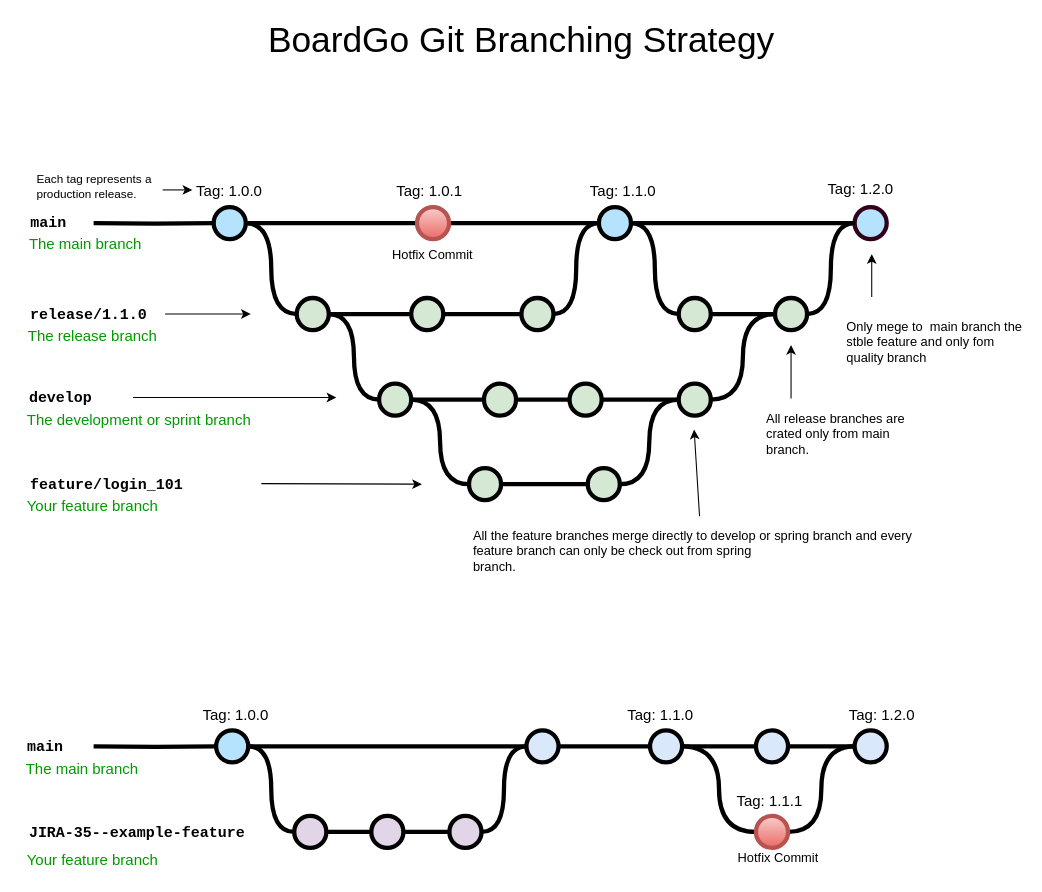
The draw.io diagram Untitled Diagram.drawio in diegoVasquez600/BoardGo, before the edit. Source tidied: cells renumbered, new cells numbered last; positions are measured from the earlier drawing's top-left corner, leaving out a move shared by most shapes. Both pictures are drawn from the tidied source at 107%, with x=0, y=0 at pixel (18, 18).
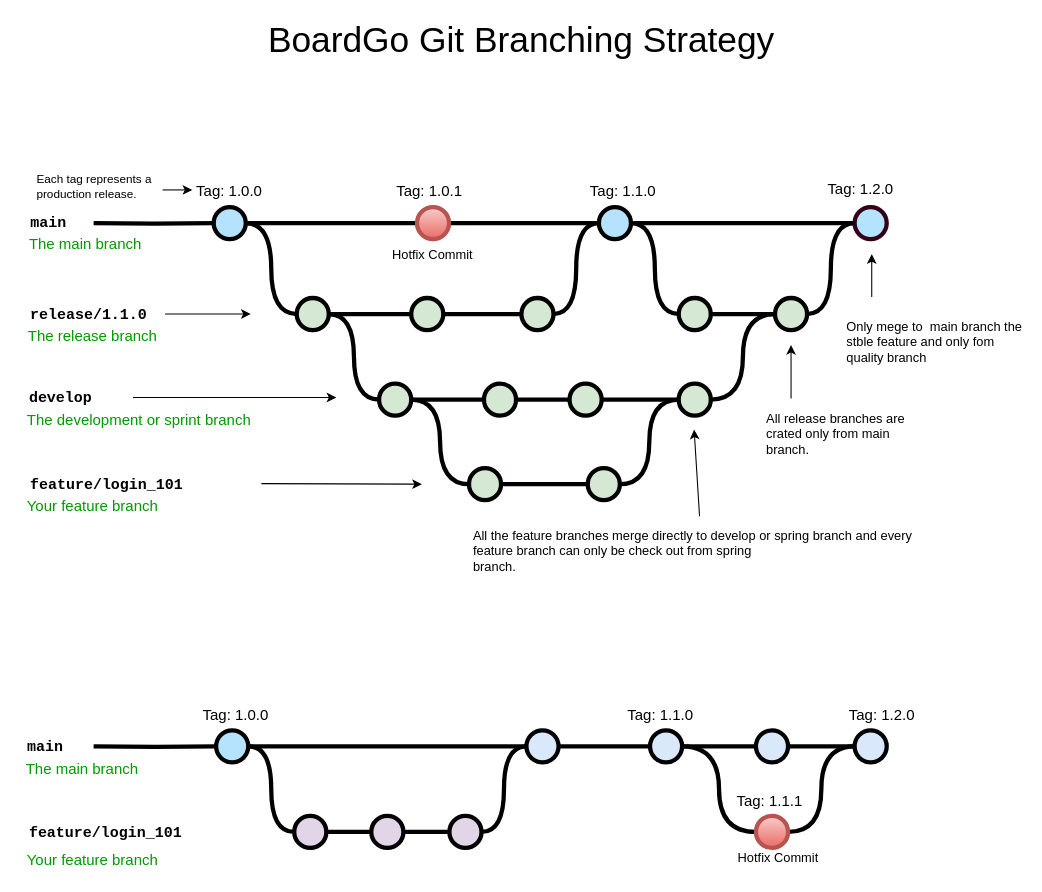
The same page after the edit.

The edit, as a diff of the source:
```diff
@@
-    <mxCell id="79" value="JIRA-35--example-feature" style="text;html=1;strokeColor=none;fillColor=none;align=left;verticalAlign=middle;whiteSpace=wrap;overflow=hidden;fontSize=14;fontStyle=1;fontFamily=Courier New;" parent="1" vertex="1">
+    <mxCell id="79" value="feature/login_101" style="text;html=1;strokeColor=none;fillColor=none;align=left;verticalAlign=middle;whiteSpace=wrap;overflow=hidden;fontSize=14;fontStyle=1;fontFamily=Courier New;" parent="1" vertex="1">
       <mxGeometry x="7.5" y="750" width="240" height="20" as="geometry" />
     </mxCell>
```
